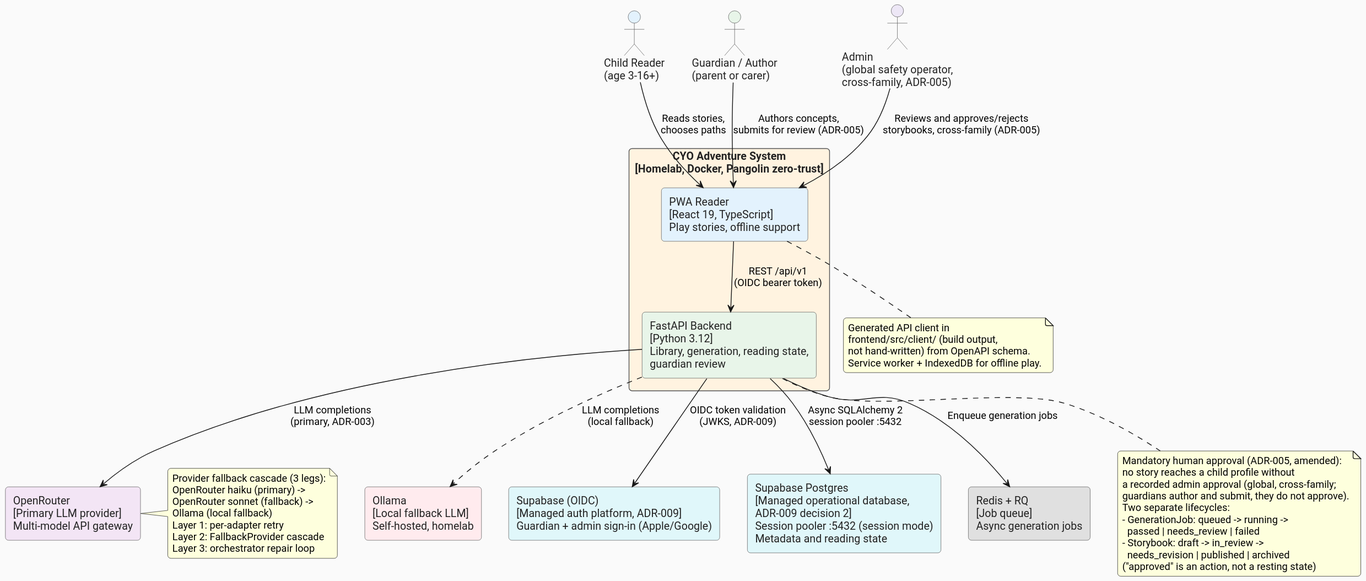
ByronWilliamsCPA/cyo-adventure keeps this PlantUML diagram as docs/architecture/diagrams/c4-context.svg. Above is the earlier version.
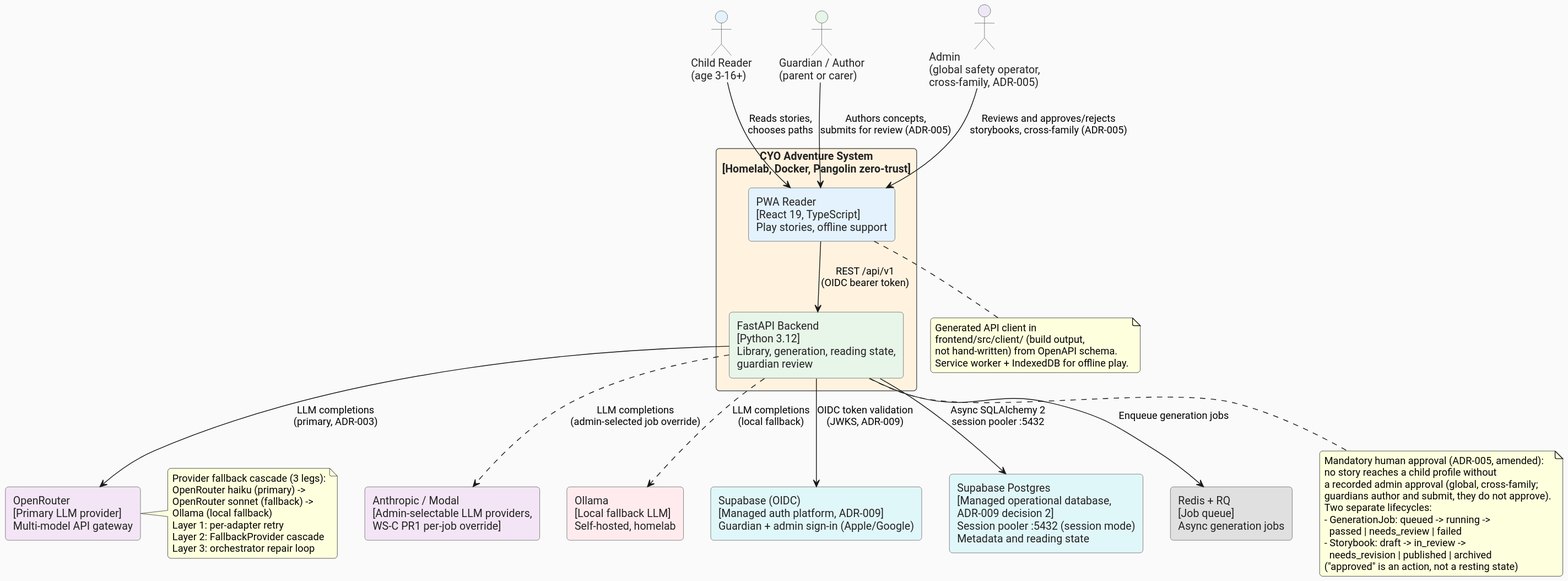
After the change.

Diff of the diagram source:
```diff
@@ -26,6 +26,7 @@
 }
 
 rectangle "OpenRouter\n[Primary LLM provider]\nMulti-model API gateway" as openrouter #F3E5F5
+rectangle "Anthropic / Modal\n[Admin-selectable LLM providers,\nWS-C PR1 per-job override]" as extra_providers #F3E5F5
 rectangle "Ollama\n[Local fallback LLM]\nSelf-hosted, homelab" as ollama #FFEBEE
 rectangle "Supabase (OIDC)\n[Managed auth platform, ADR-009]\nGuardian + admin sign-in (Apple/Google)" as supabase_auth #E0F7FA
 rectangle "Supabase Postgres\n[Managed operational database,\nADR-009 decision 2]\nSession pooler :5432 (session mode)\nMetadata and reading state" as postgres #E0F7FA
@@ -36,6 +37,7 @@
 admin --> pwa : "Reviews and approves/rejects\nstorybooks, cross-family (ADR-005)"
 pwa --> backend : "REST /api/v1\n(OIDC bearer token)"
 backend --> openrouter : "LLM completions\n(primary, ADR-003)"
+backend ..> extra_providers : "LLM completions\n(admin-selected job override)"
 backend ..> ollama : "LLM completions\n(local fallback)"
 backend --> supabase_auth : "OIDC token validation\n(JWKS, ADR-009)"
 backend --> postgres : "Async SQLAlchemy 2\nsession pooler :5432"
```
